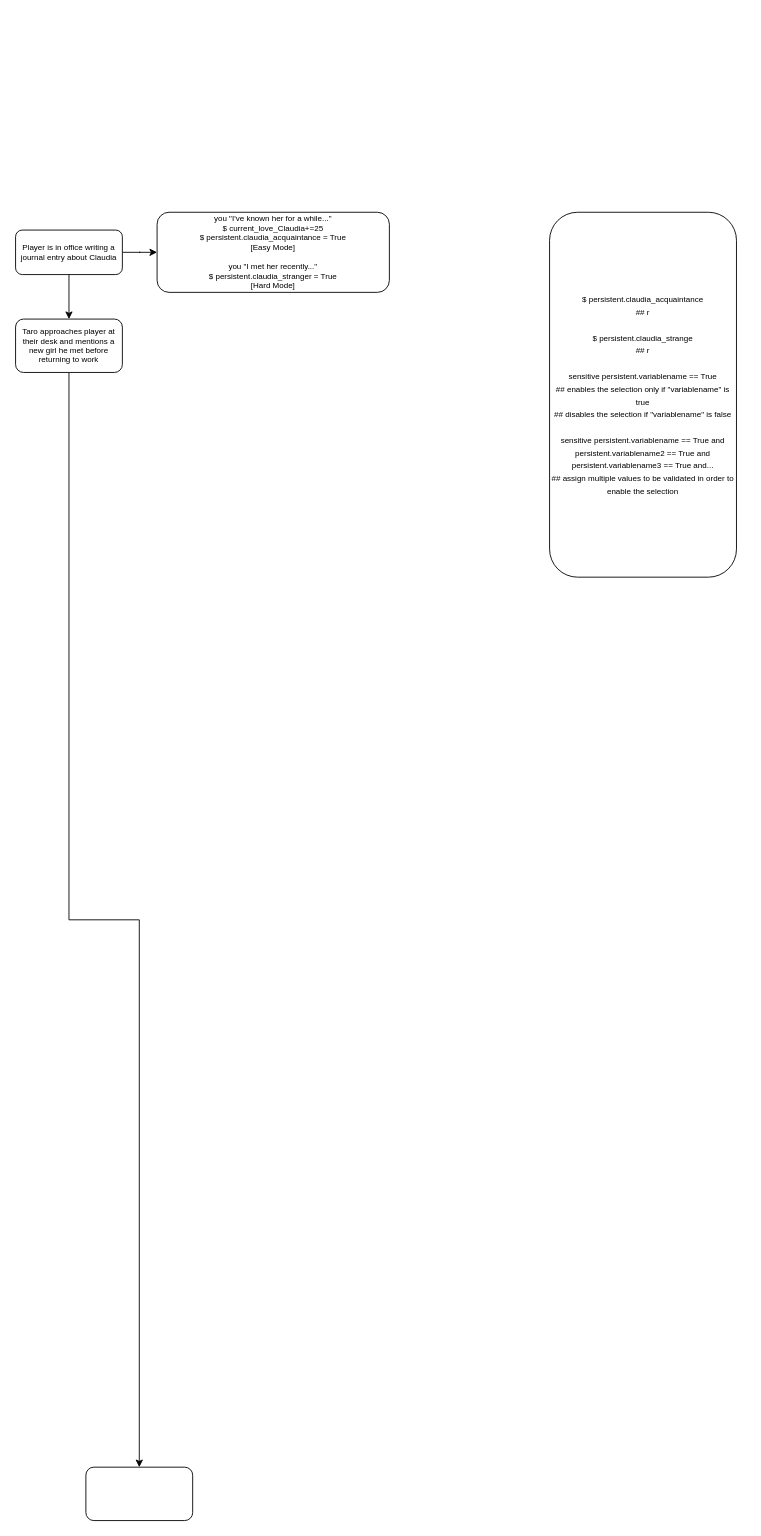
The draw.io diagram My Love/flowchart_storyline.drawio in L0veRaven/L0veRavenRenPy, before the edit. Source tidied: cells renumbered, new cells numbered last; positions are measured from the earlier drawing's top-left corner, leaving out a move shared by most shapes. Both pictures are drawn from the tidied source at 89%, with x=0, y=0 at pixel (15, 212).
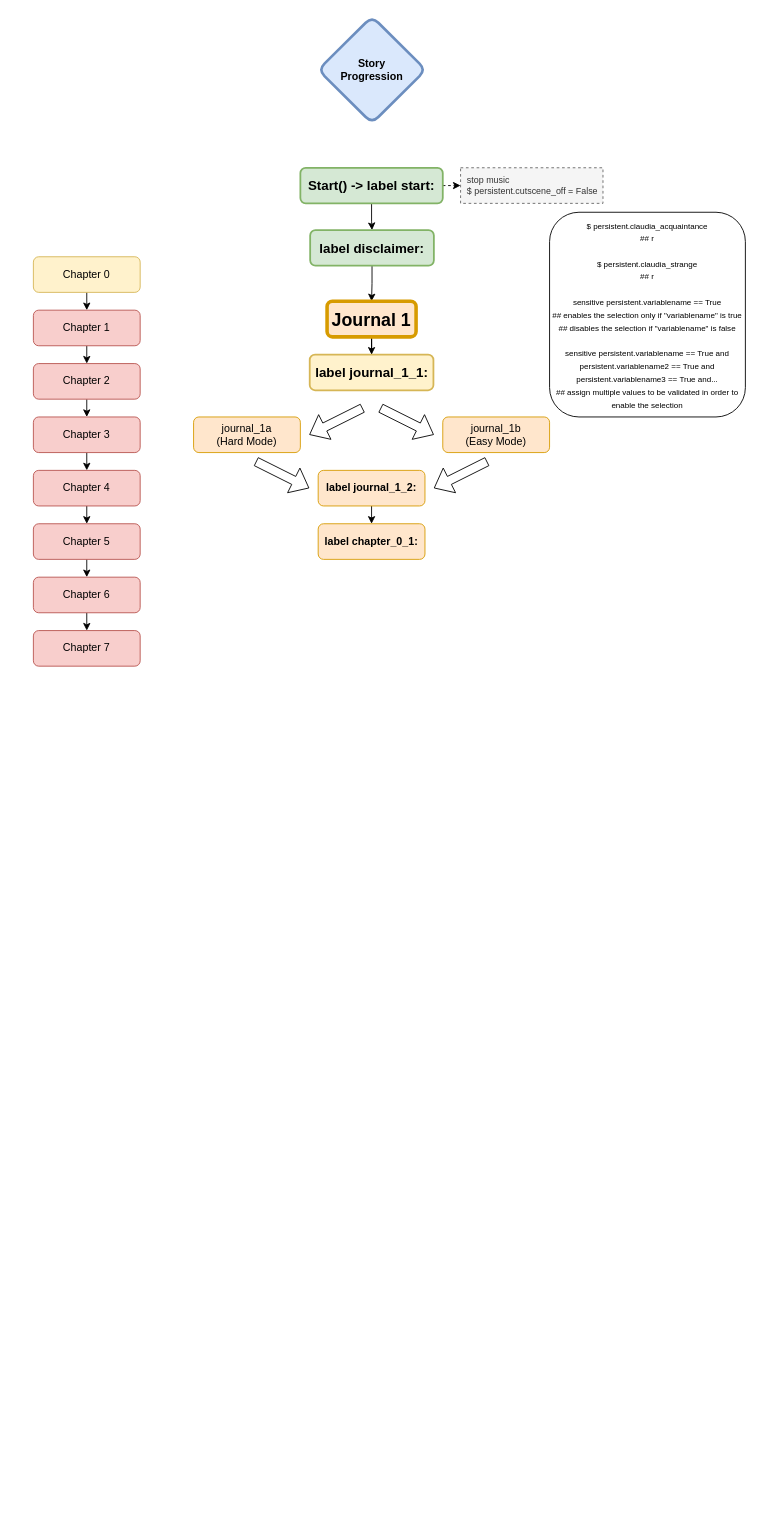
Above is the later version.

Change to the diagram source:
```diff
@@
-    <mxCell id="2" style="edgeStyle=orthogonalEdgeStyle;rounded=0;jettySize=auto;html=1;" parent="1" edge="1" source="3" target="8">
-      <mxGeometry relative="1" as="geometry" />
-    </mxCell>
-    <mxCell id="3" value="&lt;div&gt;Player is in office writing a journal entry about Claudia&lt;/div&gt;" style="rounded=1;whiteSpace=wrap;html=1;fontSize=9;glass=0;strokeWidth=1;shadow=0;" parent="1" vertex="1">
-      <mxGeometry y="20" width="120" height="50" as="geometry" />
-    </mxCell>
-    <mxCell id="4" style="edgeStyle=orthogonalEdgeStyle;rounded=0;jettySize=auto;html=1;" parent="1" edge="1" source="5" target="6">
-      <mxGeometry relative="1" as="geometry" />
-    </mxCell>
-    <mxCell id="5" value="Taro approaches player at their desk and mentions a new girl he met before returning to work" style="whiteSpace=wrap;html=1;fontSize=9;rounded=1;glass=0;strokeWidth=1;shadow=0;" parent="1" vertex="1">
-      <mxGeometry y="120" width="120" height="60" as="geometry" />
-    </mxCell>
-    <mxCell id="6" style="whiteSpace=wrap;html=1;fontSize=9;rounded=1;glass=0;strokeWidth=1;shadow=0;" parent="1" vertex="1">
-      <mxGeometry x="79" y="1410" width="120" height="60" as="geometry" />
-    </mxCell>
-    <mxCell id="7" style="edgeStyle=orthogonalEdgeStyle;rounded=0;jettySize=auto;html=1;entryX=0.5;entryY=0;entryDx=0;entryDy=0;exitX=0.5;exitY=1;exitDx=0;exitDy=0;" parent="1" edge="1" source="3" target="5">
-      <mxGeometry relative="1" as="geometry" />
-    </mxCell>
-    <mxCell id="8" value="&lt;div&gt;you &quot;I've known her for a while...&quot;&lt;/div&gt;&lt;div&gt;$ current_love_Claudia+=25&lt;br&gt;$ persistent.claudia_acquaintance = True&lt;br&gt;[Easy Mode]&lt;/div&gt;&lt;br&gt;&lt;div&gt;you &quot;I met her recently...&quot;&lt;br&gt;$ persistent.claudia_stranger = True&lt;br&gt;[Hard Mode]&lt;/div&gt;" style="square;whiteSpace=wrap;html=1;fontSize=9;rounded=1;glass=0;strokeWidth=1;shadow=0;" parent="1" vertex="1">
-      <mxGeometry x="159" width="261" height="90" as="geometry" />
-    </mxCell>
     <mxCell id="9" value="&lt;div&gt;&lt;font style=&quot;font-size: 9px;&quot;&gt;$ persistent.claudia_acquaintance&lt;/font&gt;&lt;/div&gt;&lt;div&gt;&lt;font style=&quot;font-size: 9px;&quot;&gt;## r&lt;/font&gt;&lt;/div&gt;&lt;div&gt;&lt;font style=&quot;font-size: 9px;&quot;&gt;&lt;br&gt;&lt;/font&gt;&lt;/div&gt;&lt;div&gt;&lt;font style=&quot;font-size: 9px;&quot;&gt;$ persistent.&lt;/font&gt;&lt;font style=&quot;font-size: 9px;&quot;&gt;claudia_strange&lt;/font&gt;&lt;/div&gt;&lt;div&gt;&lt;font style=&quot;font-size: 9px;&quot;&gt;## r&lt;br&gt;&lt;br&gt;sensitive persistent.variablename == True&lt;/font&gt;&lt;/div&gt;&lt;div&gt;&lt;font style=&quot;font-size: 9px;&quot;&gt;## enables the selection only if &quot;variablename&quot; is true&lt;br&gt;## disables the selection if &quot;variablename&quot; is false&lt;br&gt;&lt;br&gt;sensitive persistent.variablename == True and persistent.variablename2 == True and persistent.variablename3 == True and...&lt;br&gt;## assign multiple values to be validated in order to enable the selection&lt;/font&gt;&lt;/div&gt;" style="rounded=1;whiteSpace=wrap;html=1;" parent="1" vertex="1">
-      <mxGeometry x="600" width="210" height="410" as="geometry" />
+      <mxGeometry x="600" width="220" height="230" as="geometry" />
     </mxCell>
+    <mxCell id="10" style="edgeStyle=orthogonalEdgeStyle;rounded=0;jettySize=auto;html=1;exitX=0.5;exitY=1;exitDx=0;exitDy=0;entryX=0.5;entryY=0;entryDx=0;entryDy=0;" parent="1" edge="1" source="11" target="18">
+      <mxGeometry relative="1" as="geometry" />
+    </mxCell>
+    <mxCell id="11" value="Chapter 2" style="rounded=1;whiteSpace=wrap;html=1;fontSize=12;glass=0;strokeWidth=1;shadow=0;fillColor=#f8cecc;strokeColor=#b85450;" parent="1" vertex="1">
+      <mxGeometry x="20" y="170" width="120" height="40" as="geometry" />
+    </mxCell>
+    <mxCell id="12" style="edgeStyle=orthogonalEdgeStyle;rounded=0;jettySize=auto;html=1;exitX=0.5;exitY=1;exitDx=0;exitDy=0;entryX=0.5;entryY=0;entryDx=0;entryDy=0;" parent="1" edge="1" source="13" target="11">
+      <mxGeometry relative="1" as="geometry" />
+    </mxCell>
+    <mxCell id="13" value="Chapter 1" style="rounded=1;whiteSpace=wrap;html=1;fontSize=12;glass=0;strokeWidth=1;shadow=0;fillColor=#f8cecc;strokeColor=#b85450;" parent="1" vertex="1">
+      <mxGeometry x="20" y="110" width="120" height="40" as="geometry" />
+    </mxCell>
+    <mxCell id="14" style="edgeStyle=orthogonalEdgeStyle;rounded=0;jettySize=auto;html=1;exitX=0.5;exitY=1;exitDx=0;exitDy=0;entryX=0.5;entryY=0;entryDx=0;entryDy=0;" parent="1" edge="1" source="15" target="13">
+      <mxGeometry relative="1" as="geometry" />
+    </mxCell>
+    <mxCell id="15" value="Chapter 0" style="rounded=1;whiteSpace=wrap;html=1;fontSize=12;glass=0;strokeWidth=1;shadow=0;fillColor=#fff2cc;strokeColor=#d6b656;" parent="1" vertex="1">
+      <mxGeometry x="20" y="50" width="120" height="40" as="geometry" />
+    </mxCell>
+    <mxCell id="16" value="Story&lt;div&gt;&lt;div&gt;&lt;span style=&quot;background-color: transparent; color: light-dark(rgb(0, 0, 0), rgb(255, 255, 255));&quot;&gt;Progression&lt;/span&gt;&lt;/div&gt;&lt;/div&gt;" style="rhombus;whiteSpace=wrap;html=1;fillColor=#dae8fc;strokeColor=#6c8ebf;perimeterSpacing=10;shadow=0;rounded=1;strokeWidth=3;fontStyle=1;" parent="1" vertex="1">
+      <mxGeometry x="340" y="-220" width="121" height="120" as="geometry" />
+    </mxCell>
+    <mxCell id="17" style="edgeStyle=orthogonalEdgeStyle;rounded=0;jettySize=auto;html=1;exitX=0.5;exitY=1;exitDx=0;exitDy=0;entryX=0.5;entryY=0;entryDx=0;entryDy=0;" parent="1" edge="1" source="18" target="20">
+      <mxGeometry relative="1" as="geometry" />
+    </mxCell>
+    <mxCell id="18" value="Chapter 3" style="rounded=1;whiteSpace=wrap;html=1;fontSize=12;glass=0;strokeWidth=1;shadow=0;fillColor=#f8cecc;strokeColor=#b85450;" parent="1" vertex="1">
+      <mxGeometry x="20" y="230" width="120" height="40" as="geometry" />
+    </mxCell>
+    <mxCell id="19" style="edgeStyle=orthogonalEdgeStyle;rounded=0;jettySize=auto;html=1;exitX=0.5;exitY=1;exitDx=0;exitDy=0;entryX=0.5;entryY=0;entryDx=0;entryDy=0;" parent="1" edge="1" source="20" target="22">
+      <mxGeometry relative="1" as="geometry" />
+    </mxCell>
+    <mxCell id="20" value="Chapter 4" style="rounded=1;whiteSpace=wrap;html=1;fontSize=12;glass=0;strokeWidth=1;shadow=0;fillColor=#f8cecc;strokeColor=#b85450;" parent="1" vertex="1">
+      <mxGeometry x="20" y="290" width="120" height="40" as="geometry" />
+    </mxCell>
+    <mxCell id="21" style="edgeStyle=orthogonalEdgeStyle;rounded=0;jettySize=auto;html=1;exitX=0.5;exitY=1;exitDx=0;exitDy=0;entryX=0.5;entryY=0;entryDx=0;entryDy=0;" parent="1" edge="1" source="22" target="24">
+      <mxGeometry relative="1" as="geometry" />
+    </mxCell>
+    <mxCell id="22" value="Chapter 5" style="rounded=1;whiteSpace=wrap;html=1;fontSize=12;glass=0;strokeWidth=1;shadow=0;fillColor=#f8cecc;strokeColor=#b85450;" parent="1" vertex="1">
+      <mxGeometry x="20" y="350" width="120" height="40" as="geometry" />
+    </mxCell>
+    <mxCell id="23" style="edgeStyle=orthogonalEdgeStyle;rounded=0;jettySize=auto;html=1;exitX=0.5;exitY=1;exitDx=0;exitDy=0;entryX=0.5;entryY=0;entryDx=0;entryDy=0;" parent="1" edge="1" source="24" target="25">
+      <mxGeometry relative="1" as="geometry" />
+    </mxCell>
+    <mxCell id="24" value="Chapter 6" style="rounded=1;whiteSpace=wrap;html=1;fontSize=12;glass=0;strokeWidth=1;shadow=0;fillColor=#f8cecc;strokeColor=#b85450;" parent="1" vertex="1">
+      <mxGeometry x="20" y="410" width="120" height="40" as="geometry" />
+    </mxCell>
+    <mxCell id="25" value="Chapter 7" style="rounded=1;whiteSpace=wrap;html=1;fontSize=12;glass=0;strokeWidth=1;shadow=0;fillColor=#f8cecc;strokeColor=#b85450;" parent="1" vertex="1">
+      <mxGeometry x="20" y="470" width="120" height="40" as="geometry" />
+    </mxCell>
+    <mxCell id="26" style="edgeStyle=orthogonalEdgeStyle;rounded=0;jettySize=auto;html=1;" parent="1" edge="1" source="27" target="40">
+      <mxGeometry relative="1" as="geometry" />
+    </mxCell>
+    <mxCell id="27" value="label disclaimer:" style="rounded=1;whiteSpace=wrap;html=1;fontSize=15;glass=0;strokeWidth=2;shadow=0;fillColor=#d5e8d4;strokeColor=#82b366;fontStyle=1;" parent="1" vertex="1">
+      <mxGeometry x="331" y="20" width="139" height="40" as="geometry" />
+    </mxCell>
+    <mxCell id="28" value="journal_1a&lt;br&gt;(Hard Mode)" style="rounded=1;whiteSpace=wrap;html=1;fontSize=12;glass=0;strokeWidth=1;shadow=0;fillColor=#ffe6cc;strokeColor=#d79b00;" parent="1" vertex="1">
+      <mxGeometry x="200" y="230" width="120" height="40" as="geometry" />
+    </mxCell>
+    <mxCell id="29" value="journal_1b&lt;br&gt;(Easy Mode)" style="rounded=1;whiteSpace=wrap;html=1;fontSize=12;glass=0;strokeWidth=1;shadow=0;fillColor=#ffe6cc;strokeColor=#d79b00;" parent="1" vertex="1">
+      <mxGeometry x="480" y="230" width="120" height="40" as="geometry" />
+    </mxCell>
+    <mxCell id="30" style="edgeStyle=orthogonalEdgeStyle;rounded=0;jettySize=auto;html=1;exitX=0.5;exitY=1;exitDx=0;exitDy=0;entryX=0.5;entryY=0;entryDx=0;entryDy=0;" parent="1" edge="1" source="31" target="32">
+      <mxGeometry relative="1" as="geometry" />
+    </mxCell>
+    <mxCell id="31" value="label journal_1_2:" style="rounded=1;whiteSpace=wrap;html=1;fontSize=12;glass=0;strokeWidth=1;shadow=0;fillColor=#ffe6cc;strokeColor=#d79b00;fontStyle=1;" parent="1" vertex="1">
+      <mxGeometry x="340" y="290" width="120" height="40" as="geometry" />
+    </mxCell>
+    <mxCell id="32" value="label chapter_0_1:" style="rounded=1;whiteSpace=wrap;html=1;fontSize=12;glass=0;strokeWidth=1;shadow=0;fillColor=#ffe6cc;strokeColor=#d79b00;fontStyle=1;" parent="1" vertex="1">
+      <mxGeometry x="340" y="350" width="120" height="40" as="geometry" />
+    </mxCell>
+    <mxCell id="33" style="shape=flexArrow;endArrow=classic;html=1;rounded=0;" parent="1" edge="1">
+      <mxGeometry relative="1" as="geometry">
+        <mxPoint x="390" y="220" as="sourcePoint" />
+        <mxPoint x="330" y="250" as="targetPoint" />
+      </mxGeometry>
+    </mxCell>
+    <mxCell id="34" style="shape=flexArrow;endArrow=classic;html=1;rounded=0;" parent="1" edge="1">
+      <mxGeometry relative="1" as="geometry">
+        <mxPoint x="410" y="220" as="sourcePoint" />
+        <mxPoint x="470" y="250" as="targetPoint" />
+      </mxGeometry>
+    </mxCell>
+    <mxCell id="35" style="shape=flexArrow;endArrow=classic;html=1;rounded=0;" parent="1" edge="1">
+      <mxGeometry relative="1" as="geometry">
+        <mxPoint x="530" y="280" as="sourcePoint" />
+        <mxPoint x="470" y="310" as="targetPoint" />
+      </mxGeometry>
+    </mxCell>
+    <mxCell id="36" style="shape=flexArrow;endArrow=classic;html=1;rounded=0;" parent="1" edge="1">
+      <mxGeometry relative="1" as="geometry">
+        <mxPoint x="270" y="280" as="sourcePoint" />
+        <mxPoint x="330" y="310" as="targetPoint" />
+      </mxGeometry>
+    </mxCell>
+    <mxCell id="37" value="&amp;nbsp; stop music&lt;br&gt;&amp;nbsp; $ persistent.cutscene_off = False" style="rounded=0;whiteSpace=wrap;html=1;dashed=1;fillColor=#f5f5f5;strokeColor=#666666;fontColor=#333333;align=left;fontSize=10;" parent="1" vertex="1">
+      <mxGeometry x="500" y="-50" width="160" height="40" as="geometry" />
+    </mxCell>
+    <mxCell id="38" style="edgeStyle=orthogonalEdgeStyle;rounded=0;jettySize=auto;html=1;entryX=0;entryY=0.5;entryDx=0;entryDy=0;curved=0;dashed=1;exitX=1;exitY=0.5;exitDx=0;exitDy=0;" parent="1" edge="1" source="43" target="37">
+      <mxGeometry relative="1" as="geometry" />
+    </mxCell>
+    <mxCell id="39" style="edgeStyle=orthogonalEdgeStyle;rounded=0;jettySize=auto;html=1;entryX=0.5;entryY=0;entryDx=0;entryDy=0;" parent="1" edge="1" source="40" target="41">
+      <mxGeometry relative="1" as="geometry" />
+    </mxCell>
+    <mxCell id="40" value="&lt;font style=&quot;font-size: 20px;&quot;&gt;Journal 1&lt;/font&gt;" style="rounded=1;whiteSpace=wrap;html=1;fontSize=15;glass=0;strokeWidth=4;shadow=0;fillColor=#ffe6cc;strokeColor=#d79b00;fontStyle=1;" parent="1" vertex="1">
+      <mxGeometry x="350" y="100" width="100" height="40" as="geometry" />
+    </mxCell>
+    <mxCell id="41" value="label journal_1_1:" style="rounded=1;whiteSpace=wrap;html=1;fontSize=15;glass=0;strokeWidth=2;shadow=0;fillColor=#fff2cc;strokeColor=#d6b656;fontStyle=1;" parent="1" vertex="1">
+      <mxGeometry x="330.5" y="160" width="139" height="40" as="geometry" />
+    </mxCell>
+    <mxCell id="42" style="edgeStyle=orthogonalEdgeStyle;rounded=0;jettySize=auto;html=1;entryX=0.5;entryY=0;entryDx=0;entryDy=0;" parent="1" edge="1" source="43" target="27">
+      <mxGeometry relative="1" as="geometry" />
+    </mxCell>
+    <mxCell id="43" value="Start() -&amp;gt; label start:" style="rounded=1;whiteSpace=wrap;html=1;fontSize=15;glass=0;strokeWidth=2;shadow=0;fillColor=#d5e8d4;strokeColor=#82b366;fontStyle=1;" parent="1" vertex="1">
+      <mxGeometry x="320" y="-50" width="160" height="40" as="geometry" />
+    </mxCell>
```
